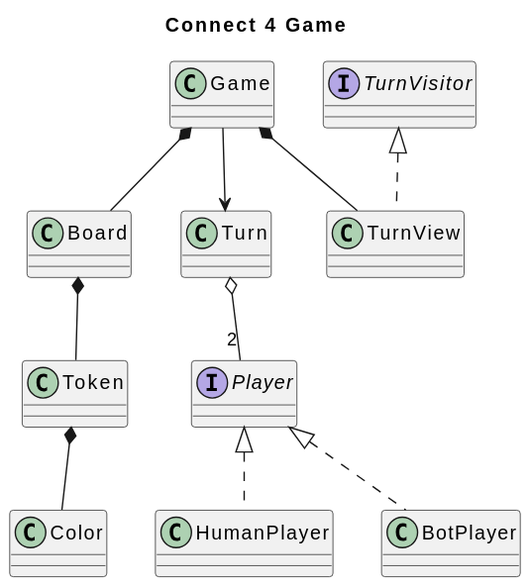
This is docs/connect4game.svg from marcmorente/connect4game, a PlantUML export, as it was before one commit.
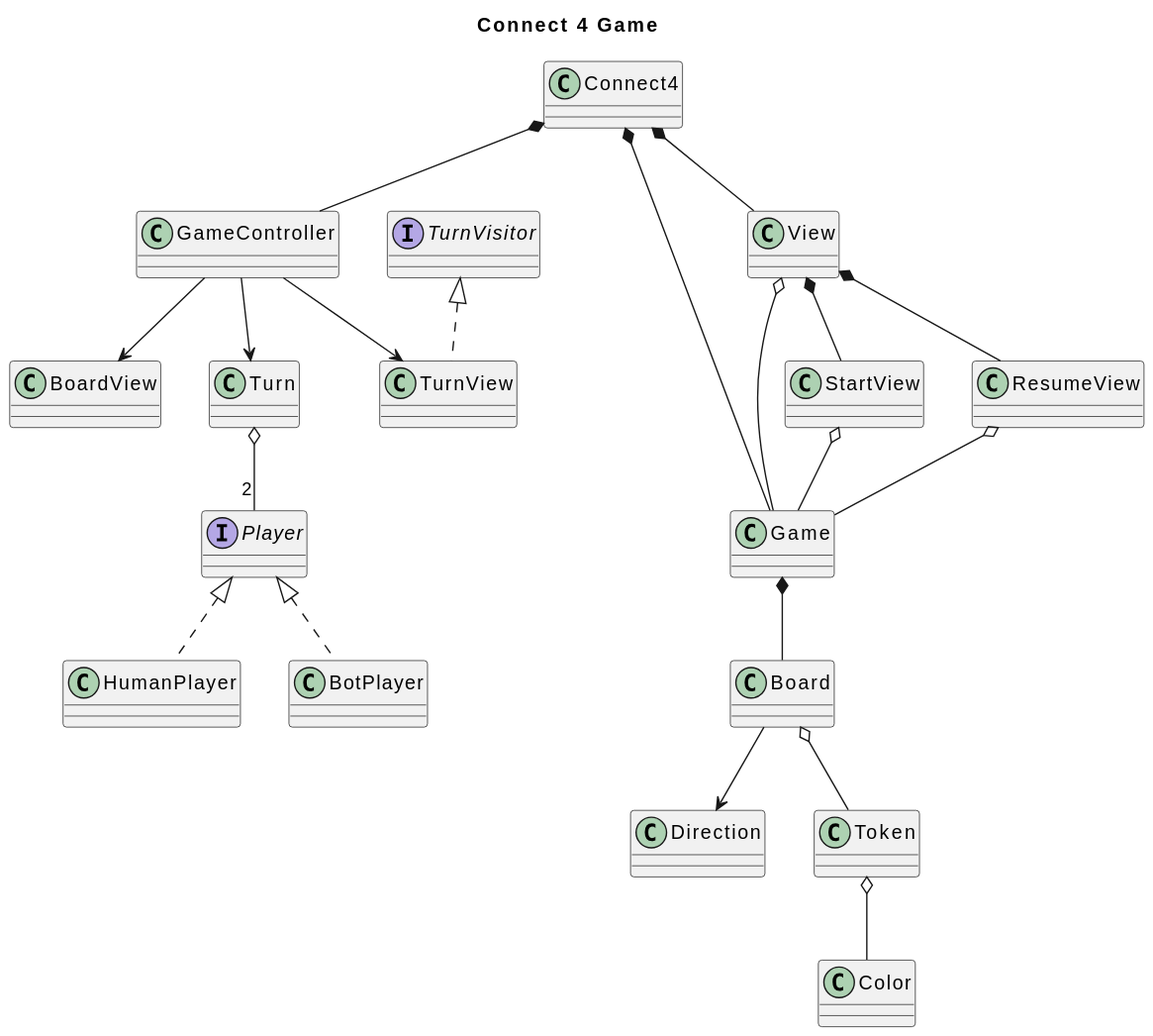
Later version of the same file.

Diff of the diagram source:
```diff
@@ -1,21 +1,38 @@
 @startuml
 skinparam classAttributeIconSize 0
 title Connect 4 Game
+class Connect4
+class GameController
 class Game
-interface Player
+class View
+class StartView
+class ResumeView
+class BoardView
+class TurnView implements TurnVisitor
 class HumanPlayer implements Player
 class BotPlayer implements Player
 class Board
+class Direction
 class Token
 class Turn
-class TurnView implements TurnVisitor
+class Color
+interface Player
 interface TurnVisitor
-class Color
 
 Turn o-- "2" Player
+Connect4 *-- Game
+Connect4 *-- View
+Connect4 *-- GameController
+View *-- StartView
+View *-- ResumeView
+View o-- Game
+StartView o-- Game
+ResumeView o-- Game
+GameController --> TurnView
+GameController --> BoardView
+GameController --> Turn
 Game *-- Board
-Game *-- TurnView
-Token *-- Color
-Board *-- Token
-Game --> Turn
+Token o-- Color
+Board o-- Token
+Board --> Direction
 @enduml
```
